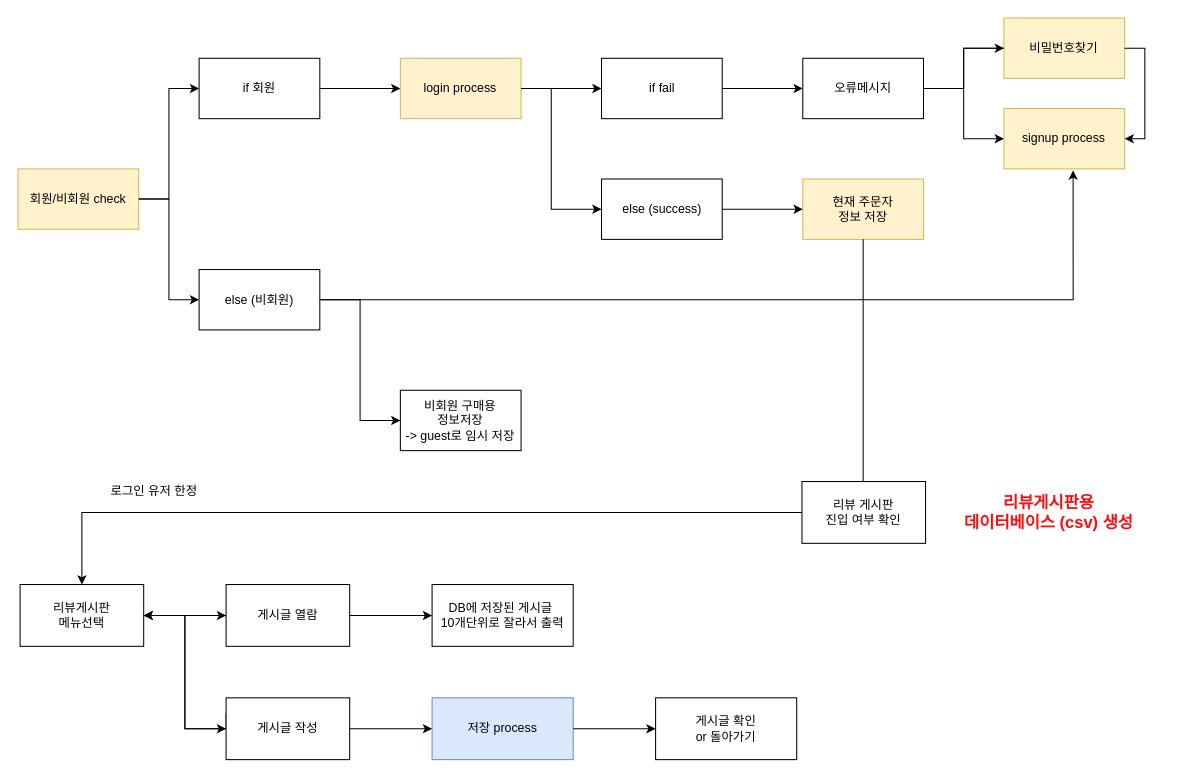
Earlier version of the draw.io diagram 01_Introduction/Commerce6/flow-chart.drawio (4923/GwangjuAI2). Source tidied: cells renumbered, new cells numbered last; positions are measured from the earlier drawing's top-left corner, leaving out a move shared by most shapes. Both pictures are drawn from the tidied source at 103%, with x=0, y=0 at pixel (18, 18).
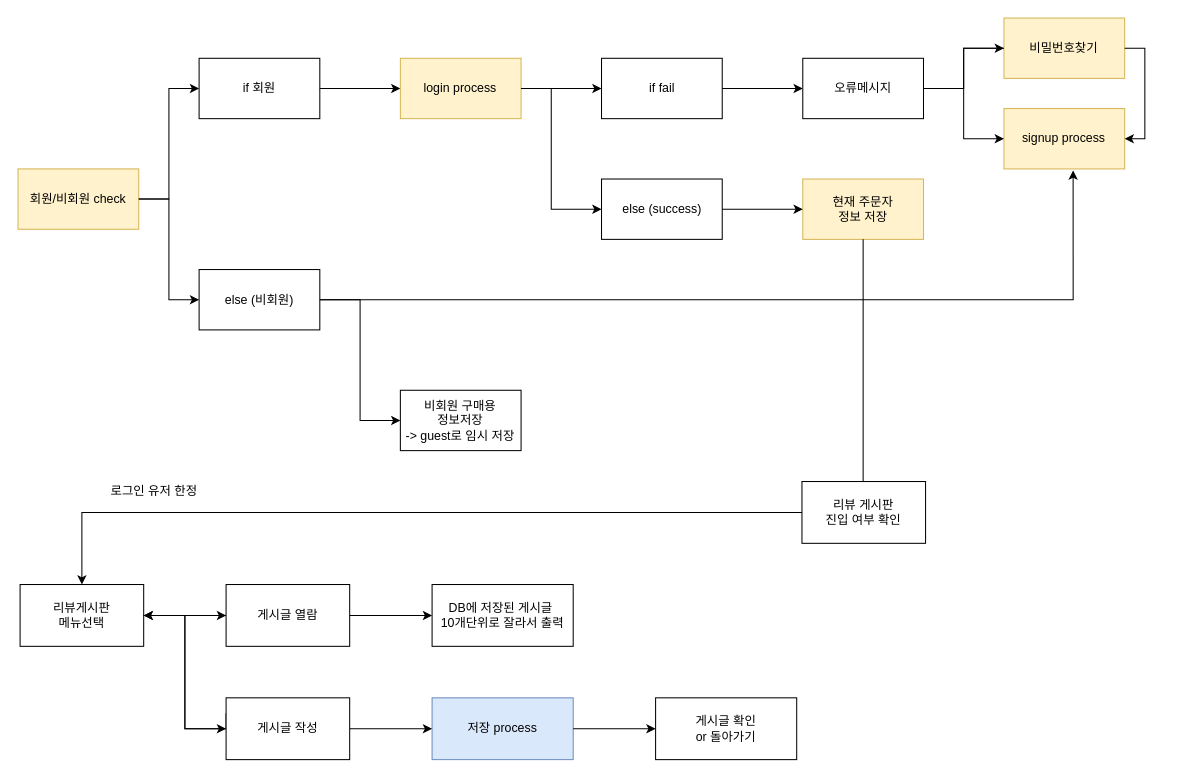
After the change.

Unchanged cells that the change refers to:
```xml
<mxCell id="28" style="group;" parent="2" vertex="1">
  <mxGeometry x="2" y="450" width="1119.1" height="270" as="geometry" />
</mxCell>
```

What changed in the source:
```diff
@@
-    <mxCell id="43" value="리뷰게시판용 &lt;br&gt;데이터베이스 (csv) 생성" style="text;html=1;strokeColor=none;fillColor=none;align=center;verticalAlign=middle;whiteSpace=wrap;rounded=0;fontSize=16;fontColor=#FF0D0D;fontStyle=1;" parent="28" vertex="1">
-      <mxGeometry x="879.1" y="20" width="240" height="20" as="geometry" />
-    </mxCell>
```
